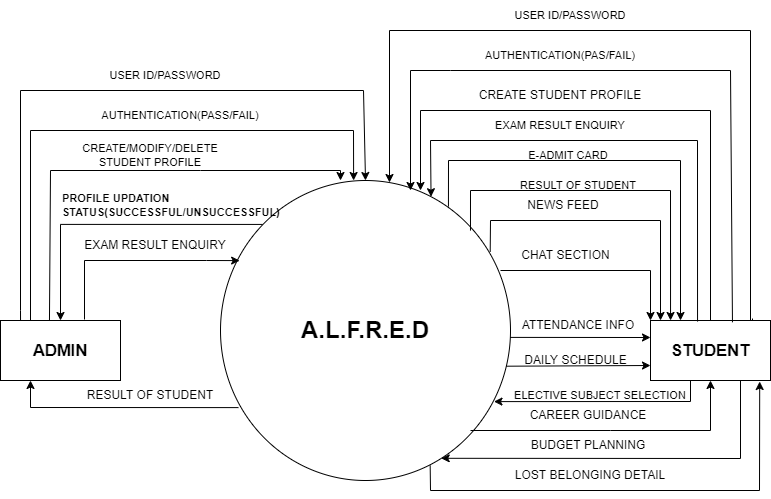
The draw.io diagram ALFRED DFD level 0.png in fuzzymfx/SE-project, before a commit. Source tidied: cells renumbered, new cells last; positions are measured from the earlier drawing's top-left corner, leaving out a move shared by most shapes.
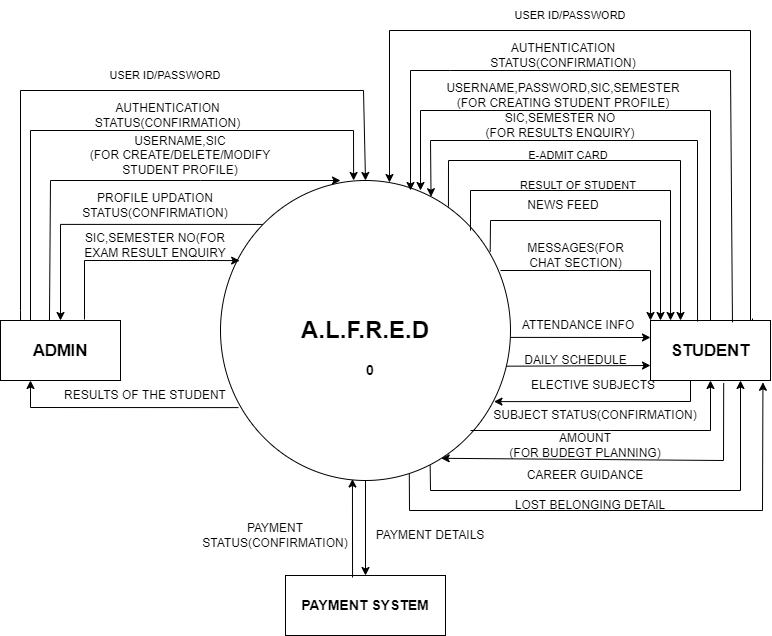
After the commit.

Commit message:
Added level 0 dfd

What changed in the source:
```diff
@@ -29,21 +29,11 @@
       <mxGeometry relative="1" as="geometry">
         <mxPoint x="340" y="180" as="targetPoint" />
         <Array as="points">
-          <mxPoint x="50" y="170" />
-          <mxPoint x="200" y="170" />
-          <mxPoint x="340" y="170" />
+          <mxPoint x="50" y="180" />
+          <mxPoint x="200" y="180" />
         </Array>
       </mxGeometry>
     </mxCell>
-    <mxCell id="8" value="&lt;h6 style=&quot;font-size: 11px&quot;&gt;PROFILE UPDATION STATUS(SUCCESSFUL/UNSUCCESSFUL)&lt;/h6&gt;" style="text;html=1;strokeColor=none;fillColor=none;align=left;verticalAlign=middle;whiteSpace=wrap;rounded=0;fontSize=11;" parent="1" vertex="1">
-      <mxGeometry x="60" y="190" width="130" height="30" as="geometry" />
-    </mxCell>
-    <mxCell id="9" value="CREATE/MODIFY/DELETE&lt;br&gt;STUDENT PROFILE" style="text;html=1;strokeColor=none;fillColor=none;align=center;verticalAlign=middle;whiteSpace=wrap;rounded=0;fontSize=11;" parent="1" vertex="1">
-      <mxGeometry x="120" y="140" width="60" height="30" as="geometry" />
-    </mxCell>
-    <mxCell id="10" value="ELECTIVE SUBJECT SELECTION" style="text;html=1;strokeColor=none;fillColor=none;align=center;verticalAlign=middle;whiteSpace=wrap;rounded=0;fontSize=11;" parent="1" vertex="1">
-      <mxGeometry x="510" y="380" width="180" height="30" as="geometry" />
-    </mxCell>
     <mxCell id="11" value="E-ADMIT CARD" style="text;html=1;strokeColor=none;fillColor=none;align=center;verticalAlign=middle;whiteSpace=wrap;rounded=0;fontSize=11;" parent="1" vertex="1">
       <mxGeometry x="517.5" y="140" width="100" height="30" as="geometry" />
     </mxCell>
@@ -59,9 +49,6 @@
         </Array>
       </mxGeometry>
     </mxCell>
-    <mxCell id="14" value="EXAM RESULT ENQUIRY" style="text;html=1;strokeColor=none;fillColor=none;align=center;verticalAlign=middle;whiteSpace=wrap;rounded=0;fontSize=11;" parent="1" vertex="1">
-      <mxGeometry x="490" y="110" width="140" height="30" as="geometry" />
-    </mxCell>
     <mxCell id="15" style="endArrow=classic;html=1;rounded=0;fontSize=11;entryX=0.5;entryY=0;entryDx=0;entryDy=0;exitX=0.167;exitY=0;exitDx=0;exitDy=0;exitPerimeter=0;" parent="1" edge="1" source="6" target="3">
       <mxGeometry relative="1" as="geometry">
         <Array as="points">
@@ -77,12 +64,6 @@
     <mxCell id="17" value="USER ID/PASSWORD" style="text;html=1;strokeColor=none;fillColor=none;align=center;verticalAlign=middle;whiteSpace=wrap;rounded=0;fontSize=11;" parent="1" vertex="1">
       <mxGeometry x="495" width="150" height="30" as="geometry" />
     </mxCell>
-    <mxCell id="18" value="AUTHENTICATION(PAS/FAIL)" style="text;html=1;strokeColor=none;fillColor=none;align=center;verticalAlign=middle;whiteSpace=wrap;rounded=0;fontSize=11;" parent="1" vertex="1">
-      <mxGeometry x="530" y="40" width="60" height="30" as="geometry" />
-    </mxCell>
-    <mxCell id="19" value="AUTHENTICATION(PASS/FAIL)" style="text;html=1;strokeColor=none;fillColor=none;align=center;verticalAlign=middle;whiteSpace=wrap;rounded=0;fontSize=11;" parent="1" vertex="1">
-      <mxGeometry x="140" y="100" width="80" height="30" as="geometry" />
-    </mxCell>
     <mxCell id="20" style="endArrow=classic;html=1;rounded=0;exitX=0.25;exitY=0;exitDx=0;exitDy=0;entryX=0.459;entryY=0;entryDx=0;entryDy=0;entryPerimeter=0;" parent="1" edge="1" source="6" target="3">
       <mxGeometry relative="1" as="geometry">
         <Array as="points">
@@ -123,9 +104,6 @@
         </Array>
       </mxGeometry>
     </mxCell>
-    <mxCell id="25" value="EXAM RESULT ENQUIRY" style="text;html=1;strokeColor=none;fillColor=none;align=center;verticalAlign=middle;whiteSpace=wrap;rounded=0;" parent="1" vertex="1">
-      <mxGeometry x="80" y="230" width="150" height="30" as="geometry" />
-    </mxCell>
     <mxCell id="26" style="endArrow=classic;html=1;rounded=0;exitX=0.062;exitY=0.757;exitDx=0;exitDy=0;exitPerimeter=0;entryX=0.25;entryY=1;entryDx=0;entryDy=0;" parent="1" edge="1" source="3" target="6">
       <mxGeometry relative="1" as="geometry">
         <Array as="points">
@@ -133,9 +111,6 @@
         </Array>
       </mxGeometry>
     </mxCell>
-    <mxCell id="27" value="RESULT OF STUDENT" style="text;html=1;strokeColor=none;fillColor=none;align=center;verticalAlign=middle;whiteSpace=wrap;rounded=0;" parent="1" vertex="1">
-      <mxGeometry x="75" y="380" width="150" height="30" as="geometry" />
-    </mxCell>
     <mxCell id="28" style="endArrow=classic;html=1;rounded=0;exitX=0.999;exitY=0.523;exitDx=0;exitDy=0;exitPerimeter=0;" parent="1" edge="1" source="3">
       <mxGeometry relative="1" as="geometry">
         <mxPoint x="650" y="337" as="targetPoint" />
@@ -152,9 +127,6 @@
         </Array>
       </mxGeometry>
     </mxCell>
-    <mxCell id="31" value="CHAT SECTION" style="text;html=1;strokeColor=none;fillColor=none;align=center;verticalAlign=middle;whiteSpace=wrap;rounded=0;" parent="1" vertex="1">
-      <mxGeometry x="517.5" y="240" width="95" height="30" as="geometry" />
-    </mxCell>
     <mxCell id="32" style="endArrow=classic;html=1;rounded=0;exitX=0.93;exitY=0.238;exitDx=0;exitDy=0;exitPerimeter=0;" parent="1" edge="1" source="3">
       <mxGeometry relative="1" as="geometry">
         <mxPoint x="660" y="320" as="targetPoint" />
@@ -183,9 +155,6 @@
         </Array>
       </mxGeometry>
     </mxCell>
-    <mxCell id="37" value="CREATE STUDENT PROFILE" style="text;html=1;strokeColor=none;fillColor=none;align=center;verticalAlign=middle;whiteSpace=wrap;rounded=0;" parent="1" vertex="1">
-      <mxGeometry x="470" y="80" width="180" height="30" as="geometry" />
-    </mxCell>
     <mxCell id="38" style="endArrow=classic;html=1;rounded=0;exitX=0.943;exitY=0.737;exitDx=0;exitDy=0;exitPerimeter=0;entryX=0.943;entryY=0.737;entryDx=0;entryDy=0;entryPerimeter=0;" parent="1" edge="1" target="3">
       <mxGeometry relative="1" as="geometry">
         <mxPoint x="690" y="380" as="sourcePoint" />
@@ -204,28 +173,92 @@
       </mxGeometry>
     </mxCell>
     <mxCell id="40" value="CAREER GUIDANCE" style="text;html=1;strokeColor=none;fillColor=none;align=center;verticalAlign=middle;whiteSpace=wrap;rounded=0;" parent="1" vertex="1">
-      <mxGeometry x="522.5" y="400" width="130" height="30" as="geometry" />
+      <mxGeometry x="520" y="460" width="130" height="30" as="geometry" />
     </mxCell>
-    <mxCell id="41" style="endArrow=classic;html=1;rounded=0;entryX=0.761;entryY=0.926;entryDx=0;entryDy=0;exitX=0.75;exitY=1;exitDx=0;exitDy=0;entryPerimeter=0;" parent="1" edge="1" source="5" target="3">
+    <mxCell id="41" style="endArrow=classic;html=1;rounded=0;entryX=0.761;entryY=0.926;entryDx=0;entryDy=0;exitX=0.61;exitY=1.043;exitDx=0;exitDy=0;entryPerimeter=0;exitPerimeter=0;" parent="1" edge="1" source="5" target="3">
       <mxGeometry relative="1" as="geometry">
         <Array as="points">
-          <mxPoint x="740" y="458" />
+          <mxPoint x="723" y="460" />
         </Array>
       </mxGeometry>
     </mxCell>
-    <mxCell id="42" value="BUDGET PLANNING" style="text;html=1;strokeColor=none;fillColor=none;align=center;verticalAlign=middle;whiteSpace=wrap;rounded=0;" parent="1" vertex="1">
-      <mxGeometry x="497.5" y="430" width="180" height="30" as="geometry" />
-    </mxCell>
-    <mxCell id="43" style="endArrow=classic;html=1;rounded=0;entryX=0.91;entryY=1.017;entryDx=0;entryDy=0;entryPerimeter=0;exitX=0.723;exitY=0.95;exitDx=0;exitDy=0;exitPerimeter=0;" parent="1" edge="1" source="3" target="5">
+    <mxCell id="43" style="endArrow=classic;html=1;rounded=0;exitX=0.723;exitY=0.95;exitDx=0;exitDy=0;exitPerimeter=0;" parent="1" edge="1" source="3">
       <mxGeometry relative="1" as="geometry">
+        <mxPoint x="740" y="380" as="targetPoint" />
         <Array as="points">
           <mxPoint x="430" y="490" />
-          <mxPoint x="759" y="490" />
+          <mxPoint x="740" y="490" />
+          <mxPoint x="740" y="380" />
         </Array>
       </mxGeometry>
     </mxCell>
     <mxCell id="44" value="LOST BELONGING DETAIL" style="text;html=1;strokeColor=none;fillColor=none;align=center;verticalAlign=middle;whiteSpace=wrap;rounded=0;" parent="1" vertex="1">
-      <mxGeometry x="510" y="460" width="160" height="30" as="geometry" />
+      <mxGeometry x="510" y="490" width="160" height="30" as="geometry" />
     </mxCell>
+    <mxCell id="45" value="&lt;b style=&quot;font-size: 14px&quot;&gt;0&lt;/b&gt;" style="text;html=1;strokeColor=none;fillColor=none;align=center;verticalAlign=middle;whiteSpace=wrap;rounded=0;" parent="1" vertex="1">
+      <mxGeometry x="340" y="350" width="60" height="40" as="geometry" />
+    </mxCell>
+    <mxCell id="46" style="rounded=0;whiteSpace=wrap;html=1;fontSize=14;" parent="1" vertex="1">
+      <mxGeometry x="285" y="575" width="160" height="60" as="geometry" />
+    </mxCell>
+    <mxCell id="47" value="&lt;b&gt;PAYMENT SYSTEM&lt;/b&gt;" style="text;html=1;strokeColor=none;fillColor=none;align=center;verticalAlign=middle;whiteSpace=wrap;rounded=0;fontSize=14;" parent="1" vertex="1">
+      <mxGeometry x="295" y="590" width="140" height="30" as="geometry" />
+    </mxCell>
+    <mxCell id="48" style="endArrow=classic;html=1;rounded=0;fontSize=14;exitX=0.5;exitY=1;exitDx=0;exitDy=0;entryX=0.5;entryY=0;entryDx=0;entryDy=0;" parent="1" edge="1" source="3" target="46">
+      <mxGeometry relative="1" as="geometry" />
+    </mxCell>
+    <mxCell id="49" style="endArrow=classic;html=1;rounded=0;fontSize=12;entryX=0.455;entryY=0.995;entryDx=0;entryDy=0;entryPerimeter=0;exitX=0.419;exitY=0.033;exitDx=0;exitDy=0;exitPerimeter=0;" parent="1" edge="1" source="46" target="3">
+      <mxGeometry relative="1" as="geometry" />
+    </mxCell>
+    <mxCell id="50" value="PAYMENT DETAILS" style="text;html=1;strokeColor=none;fillColor=none;align=center;verticalAlign=middle;whiteSpace=wrap;rounded=0;fontSize=12;" parent="1" vertex="1">
+      <mxGeometry x="370" y="520" width="120" height="30" as="geometry" />
+    </mxCell>
+    <mxCell id="51" value="PAYMENT STATUS(CONFIRMATION)" style="text;html=1;strokeColor=none;fillColor=none;align=center;verticalAlign=middle;whiteSpace=wrap;rounded=0;fontSize=12;" parent="1" vertex="1">
+      <mxGeometry x="200" y="520" width="150" height="30" as="geometry" />
+    </mxCell>
+    <mxCell id="52" value="SIC,SEMESTER NO(FOR EXAM RESULT ENQUIRY" style="text;html=1;strokeColor=none;fillColor=none;align=center;verticalAlign=middle;whiteSpace=wrap;rounded=0;fontSize=12;" parent="1" vertex="1">
+      <mxGeometry x="80" y="230" width="150" height="30" as="geometry" />
+    </mxCell>
+    <mxCell id="53" value="RESULTS OF THE STUDENT" style="text;html=1;strokeColor=none;fillColor=none;align=center;verticalAlign=middle;whiteSpace=wrap;rounded=0;fontSize=12;" parent="1" vertex="1">
+      <mxGeometry x="60" y="380" width="170" height="30" as="geometry" />
+    </mxCell>
+    <mxCell id="54" value="PROFILE UPDATION STATUS(CONFIRMATION)" style="text;html=1;strokeColor=none;fillColor=none;align=center;verticalAlign=middle;whiteSpace=wrap;rounded=0;fontSize=12;" parent="1" vertex="1">
+      <mxGeometry x="95" y="190" width="120" height="30" as="geometry" />
+    </mxCell>
+    <mxCell id="55" value="USERNAME,SIC&lt;br&gt;(FOR CREATE/DELETE/MODIFY STUDENT PROFILE)" style="text;html=1;strokeColor=none;fillColor=none;align=center;verticalAlign=middle;whiteSpace=wrap;rounded=0;fontSize=12;" parent="1" vertex="1">
+      <mxGeometry x="80" y="140" width="200" height="30" as="geometry" />
+    </mxCell>
+    <mxCell id="56" value="AUTHENTICATION STATUS(CONFIRMATION)" style="text;html=1;strokeColor=none;fillColor=none;align=center;verticalAlign=middle;whiteSpace=wrap;rounded=0;fontSize=12;" parent="1" vertex="1">
+      <mxGeometry x="120" y="100" width="95" height="30" as="geometry" />
+    </mxCell>
+    <mxCell id="57" value="AUTHENTICATION STATUS(CONFIRMATION)" style="text;html=1;strokeColor=none;fillColor=none;align=center;verticalAlign=middle;whiteSpace=wrap;rounded=0;fontSize=12;" parent="1" vertex="1">
+      <mxGeometry x="532.5" y="40" width="60" height="30" as="geometry" />
+    </mxCell>
+    <mxCell id="58" value="USERNAME,PASSWORD,SIC,SEMESTER&lt;br&gt;(FOR CREATING STUDENT PROFILE)" style="text;html=1;strokeColor=none;fillColor=none;align=center;verticalAlign=middle;whiteSpace=wrap;rounded=0;fontSize=12;" parent="1" vertex="1">
+      <mxGeometry x="532.5" y="80" width="60" height="30" as="geometry" />
+    </mxCell>
+    <mxCell id="59" value="SIC,SEMESTER NO&lt;br&gt;(FOR RESULTS ENQUIRY)" style="text;html=1;strokeColor=none;fillColor=none;align=center;verticalAlign=middle;whiteSpace=wrap;rounded=0;fontSize=12;" parent="1" vertex="1">
+      <mxGeometry x="470" y="110" width="180" height="30" as="geometry" />
+    </mxCell>
+    <mxCell id="60" value="MESSAGES(FOR CHAT SECTION)" style="text;html=1;strokeColor=none;fillColor=none;align=center;verticalAlign=middle;whiteSpace=wrap;rounded=0;fontSize=12;" parent="1" vertex="1">
+      <mxGeometry x="528.8" y="240" width="92.5" height="30" as="geometry" />
+    </mxCell>
+    <mxCell id="61" value="ELECTIVE SUBJECTS" style="text;html=1;strokeColor=none;fillColor=none;align=center;verticalAlign=middle;whiteSpace=wrap;rounded=0;fontSize=12;" parent="1" vertex="1">
+      <mxGeometry x="522.5" y="370" width="140" height="30" as="geometry" />
+    </mxCell>
+    <mxCell id="62" value="SUBJECT STATUS(CONFIRMATION)" style="text;html=1;strokeColor=none;fillColor=none;align=center;verticalAlign=middle;whiteSpace=wrap;rounded=0;fontSize=12;" parent="1" vertex="1">
+      <mxGeometry x="490" y="400" width="210" height="30" as="geometry" />
+    </mxCell>
+    <mxCell id="63" value="AMOUNT&lt;br&gt;(FOR BUDEGT PLANNING)" style="text;html=1;strokeColor=none;fillColor=none;align=center;verticalAlign=middle;whiteSpace=wrap;rounded=0;fontSize=12;" parent="1" vertex="1">
+      <mxGeometry x="500" y="430" width="170" height="30" as="geometry" />
+    </mxCell>
+    <mxCell id="64" style="endArrow=classic;html=1;rounded=0;fontSize=12;entryX=0.937;entryY=1.03;entryDx=0;entryDy=0;entryPerimeter=0;exitX=0.651;exitY=0.979;exitDx=0;exitDy=0;exitPerimeter=0;" parent="1" edge="1" source="3" target="5">
+      <mxGeometry relative="1" as="geometry">
+        <Array as="points">
+          <mxPoint x="409" y="510" />
+          <mxPoint x="762" y="510" />
+        </Array>
+      </mxGeometry>
+    </mxCell>
   </root>
 </mxGraphModel>
```
